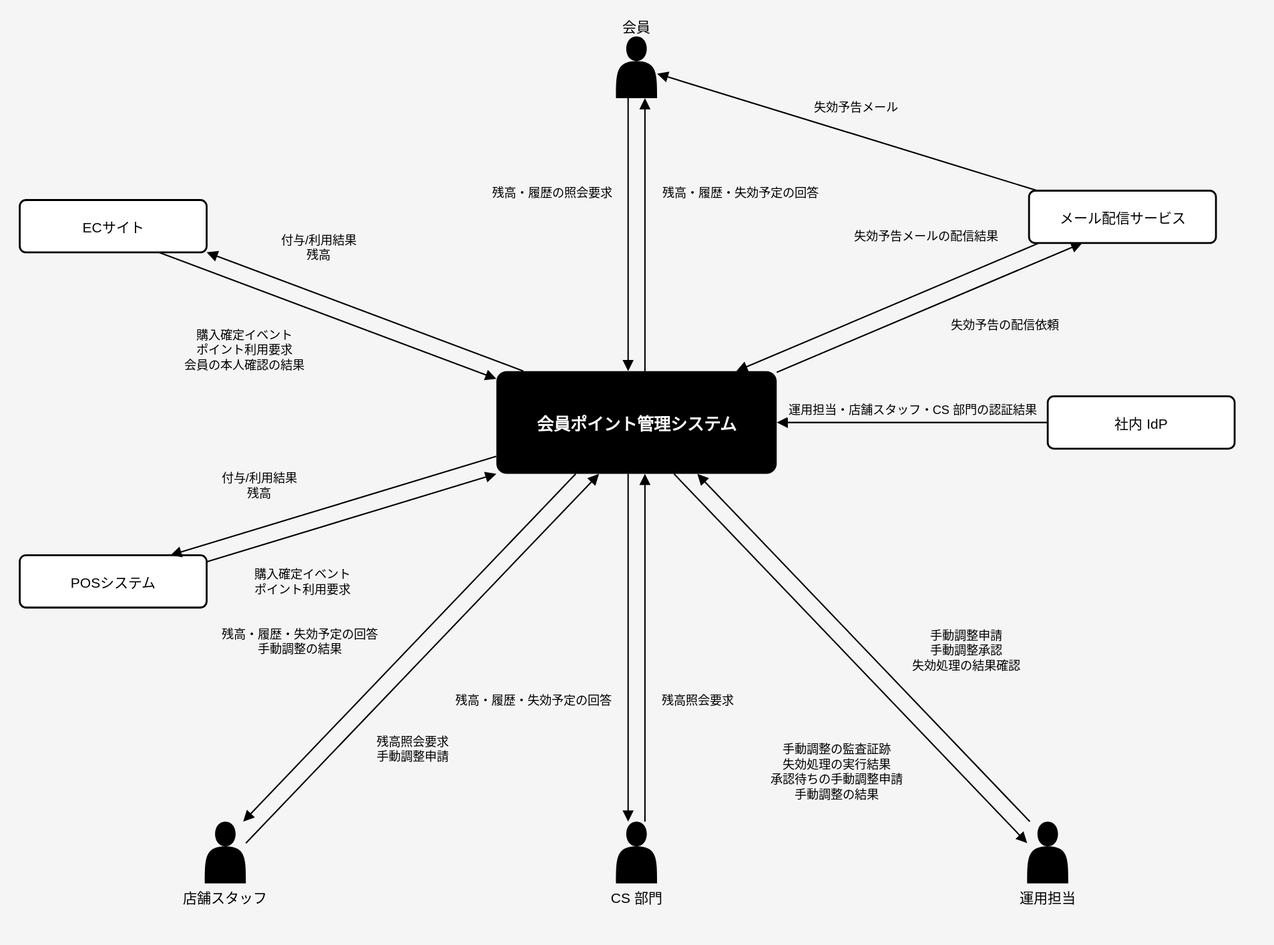
Above: samples/docs/requirements-img/ecosystem-map.drawio.svg in kasiopeiya/claude-dev-template (draw.io), before the change. Source tidied: cells renumbered, new cells last; positions are measured from the earlier drawing's top-left corner, leaving out a move shared by most shapes. Source of this version:
```xml
<mxGraphModel background="#F5F5F5">
  <root>
    <mxCell id="0" />
    <mxCell id="1" parent="0" />
    <mxCell id="2" value="会員ポイント管理システム" style="rounded=1;arcSize=10;whiteSpace=nowrap;html=0;fillColor=#000000;strokeColor=none;fontColor=#FFFFFF;fontSize=18;fontStyle=1;" parent="1" vertex="1">
      <mxGeometry x="510" y="358" width="300" height="110" as="geometry" />
    </mxCell>
    <mxCell id="3" value="会員" style="shape=actor;whiteSpace=nowrap;html=0;fillColor=#000000;strokeColor=none;verticalLabelPosition=top;verticalAlign=bottom;fontColor=#000000;fontSize=15;" parent="1" vertex="1">
      <mxGeometry x="638" width="44" height="66" as="geometry" />
    </mxCell>
    <mxCell id="4" value="メール配信サービス" style="rounded=1;arcSize=12;whiteSpace=nowrap;html=0;fillColor=#FFFFFF;strokeColor=#000000;strokeWidth=2;fontColor=#000000;fontSize=15;" parent="1" vertex="1">
      <mxGeometry x="1080" y="165" width="200" height="56" as="geometry" />
    </mxCell>
    <mxCell id="5" value="社内 IdP" style="rounded=1;arcSize=12;whiteSpace=nowrap;html=0;fillColor=#FFFFFF;strokeColor=#000000;strokeWidth=2;fontColor=#000000;fontSize=15;" parent="1" vertex="1">
      <mxGeometry x="1100" y="385" width="200" height="56" as="geometry" />
    </mxCell>
    <mxCell id="6" value="ECサイト" style="rounded=1;arcSize=12;whiteSpace=nowrap;html=0;fillColor=#FFFFFF;strokeColor=#000000;strokeWidth=2;fontColor=#000000;fontSize=15;" parent="1" vertex="1">
      <mxGeometry y="175" width="200" height="56" as="geometry" />
    </mxCell>
    <mxCell id="7" value="POSシステム" style="rounded=1;arcSize=12;whiteSpace=nowrap;html=0;fillColor=#FFFFFF;strokeColor=#000000;strokeWidth=2;fontColor=#000000;fontSize=15;" parent="1" vertex="1">
      <mxGeometry y="555" width="200" height="56" as="geometry" />
    </mxCell>
    <mxCell id="8" value="店舗スタッフ" style="shape=actor;whiteSpace=nowrap;html=0;fillColor=#000000;strokeColor=none;verticalLabelPosition=bottom;verticalAlign=top;fontColor=#000000;fontSize=15;" parent="1" vertex="1">
      <mxGeometry x="198" y="840" width="44" height="66" as="geometry" />
    </mxCell>
    <mxCell id="9" value="CS 部門" style="shape=actor;whiteSpace=nowrap;html=0;fillColor=#000000;strokeColor=none;verticalLabelPosition=bottom;verticalAlign=top;fontColor=#000000;fontSize=15;" parent="1" vertex="1">
      <mxGeometry x="638" y="840" width="44" height="66" as="geometry" />
    </mxCell>
    <mxCell id="10" value="運用担当" style="shape=actor;whiteSpace=nowrap;html=0;fillColor=#000000;strokeColor=none;verticalLabelPosition=bottom;verticalAlign=top;fontColor=#000000;fontSize=15;" parent="1" vertex="1">
      <mxGeometry x="1078" y="840" width="44" height="66" as="geometry" />
    </mxCell>
    <mxCell id="11" style="html=0;rounded=0;endArrow=block;endFill=1;endSize=8;strokeWidth=1.5;strokeColor=#000000;exitX=0.7452;exitY=1.0000;exitDx=0;exitDy=0;exitPerimeter=0;entryX=0.0000;entryY=0.0760;entryDx=0;entryDy=0;entryPerimeter=0;" parent="1" edge="1" source="6" target="2">
      <mxGeometry relative="1" as="geometry" />
    </mxCell>
    <mxCell id="12" value="購入確定イベント&#10;ポイント利用要求&#10;会員の本人確認の結果" style="edgeLabel;html=0;align=center;verticalAlign=middle;fontSize=13;fontColor=#000000;labelBackgroundColor=#F5F5F5;" parent="11" vertex="1">
      <mxGeometry relative="1" as="geometry">
        <mxPoint x="-90" y="35" as="offset" />
      </mxGeometry>
    </mxCell>
    <mxCell id="13" style="html=0;rounded=0;endArrow=block;endFill=1;endSize=8;strokeWidth=1.5;strokeColor=#000000;exitX=0.0966;exitY=0.0000;exitDx=0;exitDy=0;exitPerimeter=0;entryX=1.0000;entryY=0.9980;entryDx=0;entryDy=0;entryPerimeter=0;" parent="1" edge="1" source="2" target="6">
      <mxGeometry relative="1" as="geometry" />
    </mxCell>
    <mxCell id="14" value="付与/利用結果&#10;残高" style="edgeLabel;html=0;align=center;verticalAlign=middle;fontSize=13;fontColor=#000000;labelBackgroundColor=#F5F5F5;" parent="13" vertex="1">
      <mxGeometry relative="1" as="geometry">
        <mxPoint x="-50" y="-70" as="offset" />
      </mxGeometry>
    </mxCell>
    <mxCell id="15" style="html=0;rounded=0;endArrow=block;endFill=1;endSize=8;strokeWidth=1.5;strokeColor=#000000;exitX=1.0000;exitY=0.1259;exitDx=0;exitDy=0;exitPerimeter=0;entryX=0.0000;entryY=0.9995;entryDx=0;entryDy=0;entryPerimeter=0;" parent="1" edge="1" source="7" target="2">
      <mxGeometry relative="1" as="geometry" />
    </mxCell>
    <mxCell id="16" value="購入確定イベント&#10;ポイント利用要求" style="edgeLabel;html=0;align=center;verticalAlign=middle;fontSize=13;fontColor=#000000;labelBackgroundColor=#F5F5F5;" parent="15" vertex="1">
      <mxGeometry relative="1" as="geometry">
        <mxPoint x="-53" y="67" as="offset" />
      </mxGeometry>
    </mxCell>
    <mxCell id="17" style="html=0;rounded=0;endArrow=block;endFill=1;endSize=8;strokeWidth=1.5;strokeColor=#000000;exitX=0.0000;exitY=0.8285;exitDx=0;exitDy=0;exitPerimeter=0;entryX=0.8063;entryY=0.0000;entryDx=0;entryDy=0;entryPerimeter=0;" parent="1" edge="1" source="2" target="7">
      <mxGeometry relative="1" as="geometry" />
    </mxCell>
    <mxCell id="18" value="付与/利用結果&#10;残高" style="edgeLabel;html=0;align=center;verticalAlign=middle;fontSize=13;fontColor=#000000;labelBackgroundColor=#F5F5F5;" parent="17" vertex="1">
      <mxGeometry relative="1" as="geometry">
        <mxPoint x="-80" y="-23" as="offset" />
      </mxGeometry>
    </mxCell>
    <mxCell id="19" style="html=0;rounded=0;endArrow=block;endFill=1;endSize=8;strokeWidth=1.5;strokeColor=#000000;exitX=0.2955;exitY=1.0000;exitDx=0;exitDy=0;exitPerimeter=0;entryX=0.4700;entryY=0.0000;entryDx=0;entryDy=0;entryPerimeter=0;" parent="1" edge="1" source="3" target="2">
      <mxGeometry relative="1" as="geometry" />
    </mxCell>
    <mxCell id="20" value="残高・履歴の照会要求" style="edgeLabel;html=0;align=center;verticalAlign=middle;fontSize=13;fontColor=#000000;labelBackgroundColor=#F5F5F5;" parent="19" vertex="1">
      <mxGeometry relative="1" as="geometry">
        <mxPoint x="-82" y="-46" as="offset" />
      </mxGeometry>
    </mxCell>
    <mxCell id="21" style="html=0;rounded=0;endArrow=block;endFill=1;endSize=8;strokeWidth=1.5;strokeColor=#000000;exitX=0.5300;exitY=0.0000;exitDx=0;exitDy=0;exitPerimeter=0;entryX=0.7045;entryY=1.0000;entryDx=0;entryDy=0;entryPerimeter=0;" parent="1" edge="1" source="2" target="3">
      <mxGeometry relative="1" as="geometry" />
    </mxCell>
    <mxCell id="22" value="残高・履歴・失効予定の回答" style="edgeLabel;html=0;align=center;verticalAlign=middle;fontSize=13;fontColor=#000000;labelBackgroundColor=#F5F5F5;" parent="21" vertex="1">
      <mxGeometry relative="1" as="geometry">
        <mxPoint x="102" y="-46" as="offset" />
      </mxGeometry>
    </mxCell>
    <mxCell id="23" style="html=0;rounded=0;endArrow=block;endFill=1;endSize=8;strokeWidth=1.5;strokeColor=#000000;exitX=1.0000;exitY=0.3488;exitDx=0;exitDy=0;exitPerimeter=0;entryX=0.3662;entryY=1.0000;entryDx=0;entryDy=0;entryPerimeter=0;" parent="1" edge="1" source="8" target="2">
      <mxGeometry relative="1" as="geometry" />
    </mxCell>
    <mxCell id="24" value="残高照会要求&#10;手動調整申請" style="edgeLabel;html=0;align=center;verticalAlign=middle;fontSize=13;fontColor=#000000;labelBackgroundColor=#F5F5F5;" parent="23" vertex="1">
      <mxGeometry relative="1" as="geometry">
        <mxPoint x="-11" y="95" as="offset" />
      </mxGeometry>
    </mxCell>
    <mxCell id="25" style="html=0;rounded=0;endArrow=block;endFill=1;endSize=8;strokeWidth=1.5;strokeColor=#000000;exitX=0.2831;exitY=1.0000;exitDx=0;exitDy=0;exitPerimeter=0;entryX=0.9343;entryY=0.0000;entryDx=0;entryDy=0;entryPerimeter=0;" parent="1" edge="1" source="2" target="8">
      <mxGeometry relative="1" as="geometry" />
    </mxCell>
    <mxCell id="26" value="残高・履歴・失効予定の回答&#10;手動調整の結果" style="edgeLabel;html=0;align=center;verticalAlign=middle;fontSize=13;fontColor=#000000;labelBackgroundColor=#F5F5F5;" parent="25" vertex="1">
      <mxGeometry relative="1" as="geometry">
        <mxPoint x="-118" y="-8" as="offset" />
      </mxGeometry>
    </mxCell>
    <mxCell id="27" style="html=0;rounded=0;endArrow=block;endFill=1;endSize=8;strokeWidth=1.5;strokeColor=#000000;exitX=0.7045;exitY=0.0000;exitDx=0;exitDy=0;exitPerimeter=0;entryX=0.5300;entryY=1.0000;entryDx=0;entryDy=0;entryPerimeter=0;" parent="1" edge="1" source="9" target="2">
      <mxGeometry relative="1" as="geometry" />
    </mxCell>
    <mxCell id="28" value="残高照会要求" style="edgeLabel;html=0;align=center;verticalAlign=middle;fontSize=13;fontColor=#000000;labelBackgroundColor=#F5F5F5;" parent="27" vertex="1">
      <mxGeometry relative="1" as="geometry">
        <mxPoint x="56" y="55" as="offset" />
      </mxGeometry>
    </mxCell>
    <mxCell id="29" style="html=0;rounded=0;endArrow=block;endFill=1;endSize=8;strokeWidth=1.5;strokeColor=#000000;exitX=0.4700;exitY=1.0000;exitDx=0;exitDy=0;exitPerimeter=0;entryX=0.2955;entryY=0.0000;entryDx=0;entryDy=0;entryPerimeter=0;" parent="1" edge="1" source="2" target="9">
      <mxGeometry relative="1" as="geometry" />
    </mxCell>
    <mxCell id="30" value="残高・履歴・失効予定の回答" style="edgeLabel;html=0;align=center;verticalAlign=middle;fontSize=13;fontColor=#000000;labelBackgroundColor=#F5F5F5;" parent="29" vertex="1">
      <mxGeometry relative="1" as="geometry">
        <mxPoint x="-102" y="55" as="offset" />
      </mxGeometry>
    </mxCell>
    <mxCell id="31" style="html=0;rounded=0;endArrow=block;endFill=1;endSize=8;strokeWidth=1.5;strokeColor=#000000;exitX=0.0000;exitY=0.5000;exitDx=0;exitDy=0;exitPerimeter=0;entryX=1.0000;entryY=0.5000;entryDx=0;entryDy=0;entryPerimeter=0;" parent="1" edge="1" source="5" target="2">
      <mxGeometry relative="1" as="geometry" />
    </mxCell>
    <mxCell id="32" value="運用担当・店舗スタッフ・CS 部門の認証結果" style="edgeLabel;html=0;align=center;verticalAlign=middle;fontSize=13;fontColor=#000000;labelBackgroundColor=#F5F5F5;" parent="31" vertex="1">
      <mxGeometry relative="1" as="geometry">
        <mxPoint y="-15" as="offset" />
      </mxGeometry>
    </mxCell>
    <mxCell id="33" style="html=0;rounded=0;endArrow=block;endFill=1;endSize=8;strokeWidth=1.5;strokeColor=#000000;exitX=0.0657;exitY=0.0000;exitDx=0;exitDy=0;exitPerimeter=0;entryX=0.7169;entryY=1.0000;entryDx=0;entryDy=0;entryPerimeter=0;" parent="1" edge="1" source="10" target="2">
      <mxGeometry relative="1" as="geometry" />
    </mxCell>
    <mxCell id="34" value="手動調整申請&#10;手動調整承認&#10;失効処理の結果確認" style="edgeLabel;html=0;align=center;verticalAlign=middle;fontSize=13;fontColor=#000000;labelBackgroundColor=#F5F5F5;" parent="33" vertex="1">
      <mxGeometry relative="1" as="geometry">
        <mxPoint x="109" y="1" as="offset" />
      </mxGeometry>
    </mxCell>
    <mxCell id="35" style="html=0;rounded=0;endArrow=block;endFill=1;endSize=8;strokeWidth=1.5;strokeColor=#000000;exitX=0.6338;exitY=1.0000;exitDx=0;exitDy=0;exitPerimeter=0;entryX=0.0000;entryY=0.3488;entryDx=0;entryDy=0;entryPerimeter=0;" parent="1" edge="1" source="2" target="10">
      <mxGeometry relative="1" as="geometry" />
    </mxCell>
    <mxCell id="36" value="手動調整の監査証跡&#10;失効処理の実行結果&#10;承認待ちの手動調整申請&#10;手動調整の結果" style="edgeLabel;html=0;align=center;verticalAlign=middle;fontSize=13;fontColor=#000000;labelBackgroundColor=#F5F5F5;" parent="35" vertex="1">
      <mxGeometry relative="1" as="geometry">
        <mxPoint x="-15" y="120" as="offset" />
      </mxGeometry>
    </mxCell>
    <mxCell id="37" style="html=0;rounded=0;endArrow=block;endFill=1;endSize=8;strokeWidth=1.5;strokeColor=#000000;exitX=1.0000;exitY=0.0119;exitDx=0;exitDy=0;exitPerimeter=0;entryX=0.2846;entryY=1.0000;entryDx=0;entryDy=0;entryPerimeter=0;" parent="1" edge="1" source="2" target="4">
      <mxGeometry relative="1" as="geometry" />
    </mxCell>
    <mxCell id="38" value="失効予告の配信依頼" style="edgeLabel;html=0;align=center;verticalAlign=middle;fontSize=13;fontColor=#000000;labelBackgroundColor=#F5F5F5;" parent="37" vertex="1">
      <mxGeometry relative="1" as="geometry">
        <mxPoint x="81" y="17" as="offset" />
      </mxGeometry>
    </mxCell>
    <mxCell id="39" style="html=0;rounded=0;endArrow=block;endFill=1;endSize=8;strokeWidth=1.5;strokeColor=#000000;exitX=0.0536;exitY=1.0000;exitDx=0;exitDy=0;exitPerimeter=0;entryX=0.8563;entryY=0.0000;entryDx=0;entryDy=0;entryPerimeter=0;" parent="1" edge="1" source="4" target="2">
      <mxGeometry relative="1" as="geometry" />
    </mxCell>
    <mxCell id="40" value="失効予告メールの配信結果" style="edgeLabel;html=0;align=center;verticalAlign=middle;fontSize=13;fontColor=#000000;labelBackgroundColor=#F5F5F5;" parent="39" vertex="1">
      <mxGeometry relative="1" as="geometry">
        <mxPoint x="41" y="-77" as="offset" />
      </mxGeometry>
    </mxCell>
    <mxCell id="41" style="html=0;rounded=0;endArrow=block;endFill=1;endSize=8;strokeWidth=1.5;strokeColor=#000000;exitX=0.0450;exitY=0.0000;exitDx=0;exitDy=0;exitPerimeter=0;entryX=1.0000;entryY=0.6026;entryDx=0;entryDy=0;entryPerimeter=0;" parent="1" edge="1" source="4" target="3">
      <mxGeometry relative="1" as="geometry" />
    </mxCell>
    <mxCell id="42" value="失効予告メール" style="edgeLabel;html=0;align=center;verticalAlign=middle;fontSize=13;fontColor=#000000;labelBackgroundColor=#F5F5F5;" parent="41" vertex="1">
      <mxGeometry relative="1" as="geometry">
        <mxPoint x="9" y="-28" as="offset" />
      </mxGeometry>
    </mxCell>
  </root>
</mxGraphModel>
```
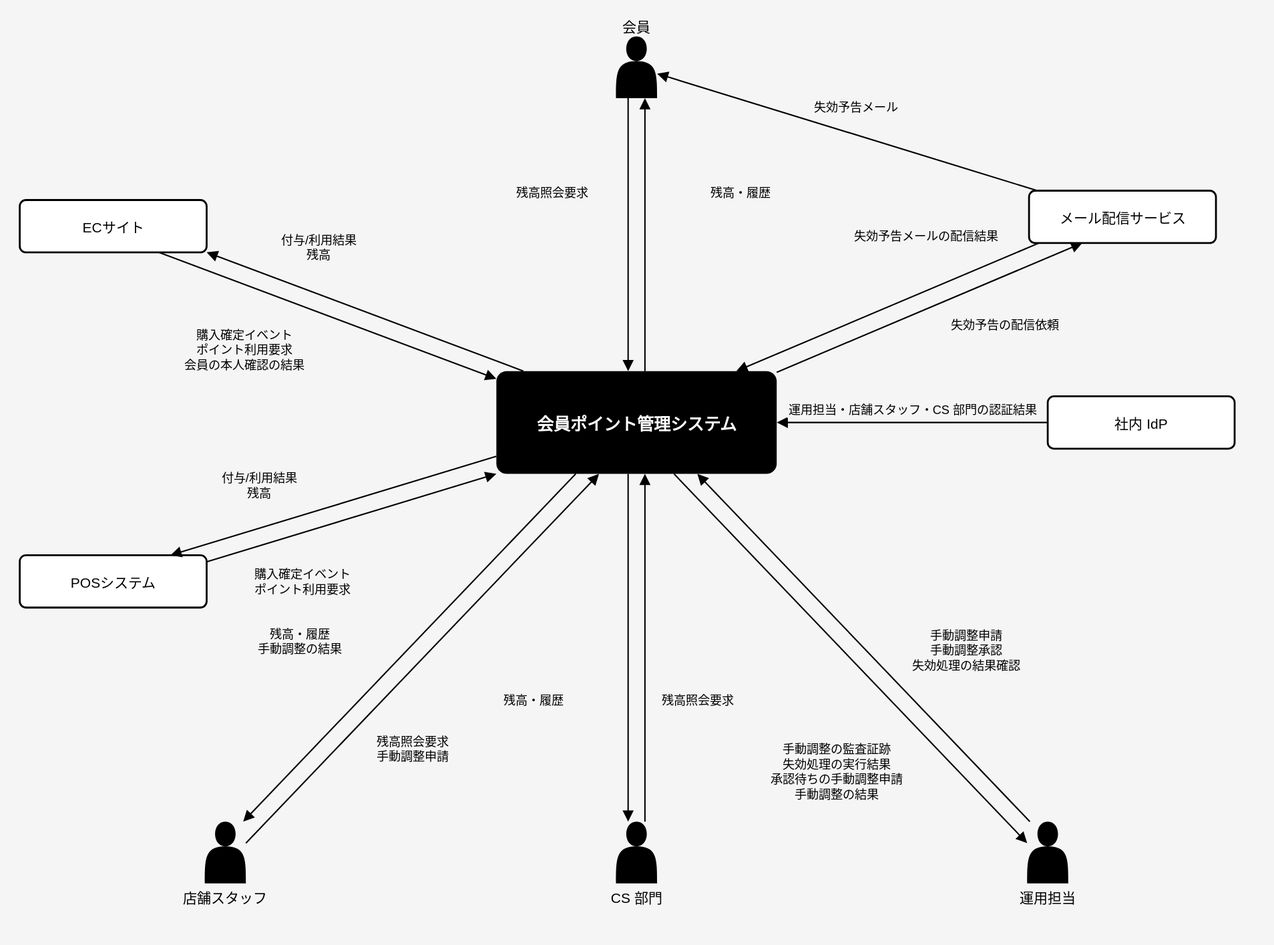
Above is the later version.

Commit message:
docs: エコシステムマップの矢印名を入出力情報の名前に揃える (#1957)

ECサイト・POS宛ての2本の「残高」の行は <text> の削除が要るため、
人間の draw.io 作業として #1973 に切り出した。

What changed in the source:
```diff
@@ -64,7 +64,7 @@
     <mxCell id="19" style="html=0;rounded=0;endArrow=block;endFill=1;endSize=8;strokeWidth=1.5;strokeColor=#000000;exitX=0.2955;exitY=1.0000;exitDx=0;exitDy=0;exitPerimeter=0;entryX=0.4700;entryY=0.0000;entryDx=0;entryDy=0;entryPerimeter=0;" parent="1" edge="1" source="3" target="2">
       <mxGeometry relative="1" as="geometry" />
     </mxCell>
-    <mxCell id="20" value="残高・履歴の照会要求" style="edgeLabel;html=0;align=center;verticalAlign=middle;fontSize=13;fontColor=#000000;labelBackgroundColor=#F5F5F5;" parent="19" vertex="1">
+    <mxCell id="20" value="残高照会要求" style="edgeLabel;html=0;align=center;verticalAlign=middle;fontSize=13;fontColor=#000000;labelBackgroundColor=#F5F5F5;" parent="19" vertex="1">
       <mxGeometry relative="1" as="geometry">
         <mxPoint x="-82" y="-46" as="offset" />
       </mxGeometry>
@@ -72,7 +72,7 @@
     <mxCell id="21" style="html=0;rounded=0;endArrow=block;endFill=1;endSize=8;strokeWidth=1.5;strokeColor=#000000;exitX=0.5300;exitY=0.0000;exitDx=0;exitDy=0;exitPerimeter=0;entryX=0.7045;entryY=1.0000;entryDx=0;entryDy=0;entryPerimeter=0;" parent="1" edge="1" source="2" target="3">
       <mxGeometry relative="1" as="geometry" />
     </mxCell>
-    <mxCell id="22" value="残高・履歴・失効予定の回答" style="edgeLabel;html=0;align=center;verticalAlign=middle;fontSize=13;fontColor=#000000;labelBackgroundColor=#F5F5F5;" parent="21" vertex="1">
+    <mxCell id="22" value="残高・履歴" style="edgeLabel;html=0;align=center;verticalAlign=middle;fontSize=13;fontColor=#000000;labelBackgroundColor=#F5F5F5;" parent="21" vertex="1">
       <mxGeometry relative="1" as="geometry">
         <mxPoint x="102" y="-46" as="offset" />
       </mxGeometry>
@@ -88,7 +88,7 @@
     <mxCell id="25" style="html=0;rounded=0;endArrow=block;endFill=1;endSize=8;strokeWidth=1.5;strokeColor=#000000;exitX=0.2831;exitY=1.0000;exitDx=0;exitDy=0;exitPerimeter=0;entryX=0.9343;entryY=0.0000;entryDx=0;entryDy=0;entryPerimeter=0;" parent="1" edge="1" source="2" target="8">
       <mxGeometry relative="1" as="geometry" />
     </mxCell>
-    <mxCell id="26" value="残高・履歴・失効予定の回答&#10;手動調整の結果" style="edgeLabel;html=0;align=center;verticalAlign=middle;fontSize=13;fontColor=#000000;labelBackgroundColor=#F5F5F5;" parent="25" vertex="1">
+    <mxCell id="26" value="残高・履歴&#10;手動調整の結果" style="edgeLabel;html=0;align=center;verticalAlign=middle;fontSize=13;fontColor=#000000;labelBackgroundColor=#F5F5F5;" parent="25" vertex="1">
       <mxGeometry relative="1" as="geometry">
         <mxPoint x="-118" y="-8" as="offset" />
       </mxGeometry>
@@ -104,7 +104,7 @@
     <mxCell id="29" style="html=0;rounded=0;endArrow=block;endFill=1;endSize=8;strokeWidth=1.5;strokeColor=#000000;exitX=0.4700;exitY=1.0000;exitDx=0;exitDy=0;exitPerimeter=0;entryX=0.2955;entryY=0.0000;entryDx=0;entryDy=0;entryPerimeter=0;" parent="1" edge="1" source="2" target="9">
       <mxGeometry relative="1" as="geometry" />
     </mxCell>
-    <mxCell id="30" value="残高・履歴・失効予定の回答" style="edgeLabel;html=0;align=center;verticalAlign=middle;fontSize=13;fontColor=#000000;labelBackgroundColor=#F5F5F5;" parent="29" vertex="1">
+    <mxCell id="30" value="残高・履歴" style="edgeLabel;html=0;align=center;verticalAlign=middle;fontSize=13;fontColor=#000000;labelBackgroundColor=#F5F5F5;" parent="29" vertex="1">
       <mxGeometry relative="1" as="geometry">
         <mxPoint x="-102" y="55" as="offset" />
       </mxGeometry>
```
